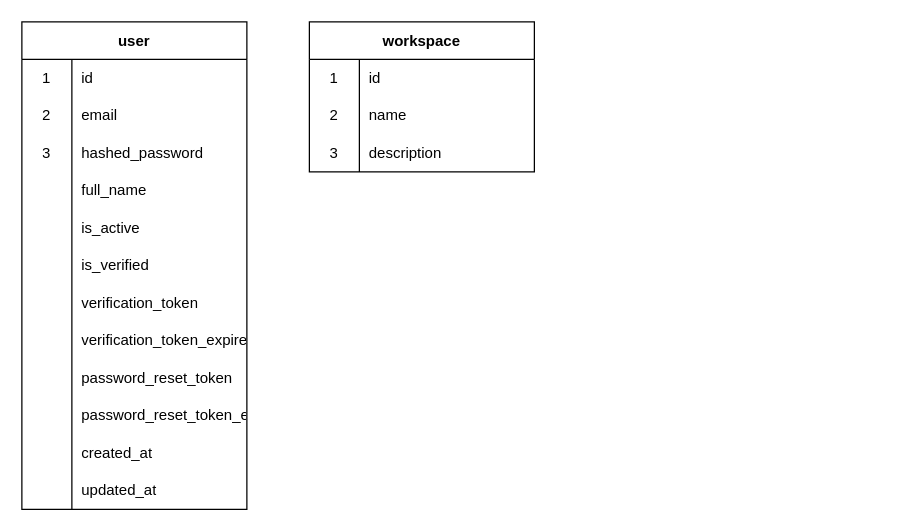
This is project.drawio from danirisdiandita/Open-Brain, a draw.io file, before an edit. Source tidied: cells renumbered, new cells numbered last; positions are measured from the earlier drawing's top-left corner, leaving out a move shared by most shapes. Both pictures are drawn from the tidied source at 125%, with x=0, y=0 at pixel (21, 21).
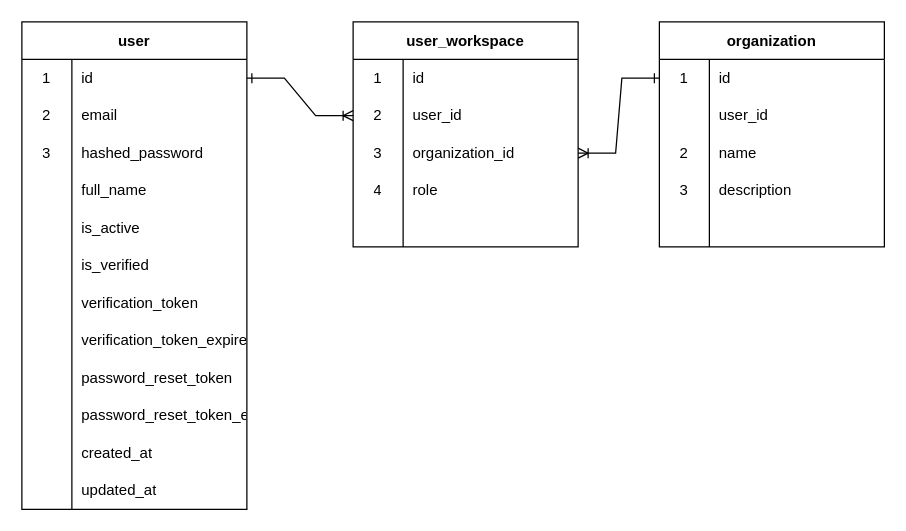
The same diagram, later.

Unchanged cells that the change refers to:
```xml
<mxCell id="3" style="shape=tableRow;horizontal=0;startSize=0;swimlaneHead=0;swimlaneBody=0;top=0;left=0;bottom=0;right=0;fillColor=none;points=[[0,0.5],[1,0.5]];portConstraint=eastwest;" parent="2" vertex="1">
  <mxGeometry y="30" width="180" height="30" as="geometry" />
</mxCell>
<mxCell id="40" style="shape=tableRow;horizontal=0;startSize=0;swimlaneHead=0;swimlaneBody=0;top=0;left=0;bottom=0;right=0;fillColor=none;points=[[0,0.5],[1,0.5]];portConstraint=eastwest;" parent="39" vertex="1">
  <mxGeometry y="30" width="180" height="30" as="geometry" />
</mxCell>
```

Change to the diagram source:
```diff
@@
-    <mxCell id="39" value="workspace" style="shape=table;startSize=30;childLayout=tableLayout;rowLines=0;fontStyle=1;" parent="1" vertex="1">
-      <mxGeometry x="230" width="180" height="120" as="geometry" />
+    <mxCell id="39" value="organization" style="shape=table;startSize=30;childLayout=tableLayout;rowLines=0;fontStyle=1;" parent="1" vertex="1">
+      <mxGeometry x="510" width="180" height="180" as="geometry" />
     </mxCell>
@@
+    <mxCell id="49" style="shape=tableRow;horizontal=0;startSize=0;swimlaneHead=0;swimlaneBody=0;top=0;left=0;bottom=0;right=0;fillColor=none;" parent="39" vertex="1">
+      <mxGeometry y="60" width="180" height="30" as="geometry" />
+    </mxCell>
+    <mxCell id="50" style="shape=partialRectangle;html=1;whiteSpace=wrap;fillColor=none;top=0;left=0;bottom=0;right=0;overflow=hidden;" parent="49" vertex="1">
+      <mxGeometry width="40" height="30" as="geometry" />
+    </mxCell>
+    <mxCell id="51" value="user_id" style="shape=partialRectangle;html=1;whiteSpace=wrap;fillColor=none;top=0;left=0;bottom=0;right=0;align=left;spacingLeft=6;overflow=hidden;" parent="49" vertex="1">
+      <mxGeometry x="40" width="140" height="30" as="geometry" />
+    </mxCell>
     <mxCell id="43" style="shape=tableRow;horizontal=0;startSize=0;swimlaneHead=0;swimlaneBody=0;top=0;left=0;bottom=0;right=0;fillColor=none;" parent="39" vertex="1">
-      <mxGeometry y="60" width="180" height="30" as="geometry" />
+      <mxGeometry y="90" width="180" height="30" as="geometry" />
     </mxCell>
@@
     <mxCell id="46" style="shape=tableRow;horizontal=0;startSize=0;swimlaneHead=0;swimlaneBody=0;top=0;left=0;bottom=0;right=0;fillColor=none;" parent="39" vertex="1">
-      <mxGeometry y="90" width="180" height="30" as="geometry" />
+      <mxGeometry y="120" width="180" height="30" as="geometry" />
     </mxCell>
@@
+    <mxCell id="52" style="shape=tableRow;horizontal=0;startSize=0;swimlaneHead=0;swimlaneBody=0;top=0;left=0;bottom=0;right=0;fillColor=none;" parent="39" vertex="1">
+      <mxGeometry y="150" width="180" height="30" as="geometry" />
+    </mxCell>
+    <mxCell id="53" style="shape=partialRectangle;html=1;whiteSpace=wrap;fillColor=none;top=0;left=0;bottom=0;right=0;overflow=hidden;" parent="52" vertex="1">
+      <mxGeometry width="40" height="30" as="geometry" />
+    </mxCell>
+    <mxCell id="54" style="shape=partialRectangle;html=1;whiteSpace=wrap;fillColor=none;top=0;left=0;bottom=0;right=0;align=left;spacingLeft=6;overflow=hidden;" parent="52" vertex="1">
+      <mxGeometry x="40" width="140" height="30" as="geometry" />
+    </mxCell>
+    <mxCell id="55" value="user_workspace" style="shape=table;startSize=30;childLayout=tableLayout;rowLines=0;fontStyle=1;" parent="1" vertex="1">
+      <mxGeometry x="265" width="180" height="180" as="geometry" />
+    </mxCell>
+    <mxCell id="56" style="shape=tableRow;horizontal=0;startSize=0;swimlaneHead=0;swimlaneBody=0;top=0;left=0;bottom=0;right=0;fillColor=none;" parent="55" vertex="1">
+      <mxGeometry y="30" width="180" height="30" as="geometry" />
+    </mxCell>
+    <mxCell id="57" value="1" style="shape=partialRectangle;html=1;whiteSpace=wrap;fillColor=none;top=0;left=0;bottom=0;right=0;overflow=hidden;" parent="56" vertex="1">
+      <mxGeometry width="40" height="30" as="geometry" />
+    </mxCell>
+    <mxCell id="58" value="id" style="shape=partialRectangle;html=1;whiteSpace=wrap;fillColor=none;top=0;left=0;bottom=0;right=0;align=left;spacingLeft=6;overflow=hidden;" parent="56" vertex="1">
+      <mxGeometry x="40" width="140" height="30" as="geometry" />
+    </mxCell>
+    <mxCell id="59" style="shape=tableRow;horizontal=0;startSize=0;swimlaneHead=0;swimlaneBody=0;top=0;left=0;bottom=0;right=0;fillColor=none;points=[[0,0.5],[1,0.5]];portConstraint=eastwest;" parent="55" vertex="1">
+      <mxGeometry y="60" width="180" height="30" as="geometry" />
+    </mxCell>
+    <mxCell id="60" value="2" style="shape=partialRectangle;html=1;whiteSpace=wrap;fillColor=none;top=0;left=0;bottom=0;right=0;overflow=hidden;" parent="59" vertex="1">
+      <mxGeometry width="40" height="30" as="geometry" />
+    </mxCell>
+    <mxCell id="61" value="user_id" style="shape=partialRectangle;html=1;whiteSpace=wrap;fillColor=none;top=0;left=0;bottom=0;right=0;align=left;spacingLeft=6;overflow=hidden;" parent="59" vertex="1">
+      <mxGeometry x="40" width="140" height="30" as="geometry" />
+    </mxCell>
+    <mxCell id="62" style="shape=tableRow;horizontal=0;startSize=0;swimlaneHead=0;swimlaneBody=0;top=0;left=0;bottom=0;right=0;fillColor=none;points=[[0,0.5],[1,0.5]];portConstraint=eastwest;" parent="55" vertex="1">
+      <mxGeometry y="90" width="180" height="30" as="geometry" />
+    </mxCell>
+    <mxCell id="63" value="3" style="shape=partialRectangle;html=1;whiteSpace=wrap;fillColor=none;top=0;left=0;bottom=0;right=0;overflow=hidden;" parent="62" vertex="1">
+      <mxGeometry width="40" height="30" as="geometry" />
+    </mxCell>
+    <mxCell id="64" value="organization_id" style="shape=partialRectangle;html=1;whiteSpace=wrap;fillColor=none;top=0;left=0;bottom=0;right=0;align=left;spacingLeft=6;overflow=hidden;" parent="62" vertex="1">
+      <mxGeometry x="40" width="140" height="30" as="geometry" />
+    </mxCell>
+    <mxCell id="65" style="shape=tableRow;horizontal=0;startSize=0;swimlaneHead=0;swimlaneBody=0;top=0;left=0;bottom=0;right=0;fillColor=none;" parent="55" vertex="1">
+      <mxGeometry y="120" width="180" height="30" as="geometry" />
+    </mxCell>
+    <mxCell id="66" value="4" style="shape=partialRectangle;html=1;whiteSpace=wrap;fillColor=none;top=0;left=0;bottom=0;right=0;overflow=hidden;" parent="65" vertex="1">
+      <mxGeometry width="40" height="30" as="geometry" />
+    </mxCell>
+    <mxCell id="67" value="role" style="shape=partialRectangle;html=1;whiteSpace=wrap;fillColor=none;top=0;left=0;bottom=0;right=0;align=left;spacingLeft=6;overflow=hidden;" parent="65" vertex="1">
+      <mxGeometry x="40" width="140" height="30" as="geometry" />
+    </mxCell>
+    <mxCell id="68" style="shape=tableRow;horizontal=0;startSize=0;swimlaneHead=0;swimlaneBody=0;top=0;left=0;bottom=0;right=0;fillColor=none;" parent="55" vertex="1">
+      <mxGeometry y="150" width="180" height="30" as="geometry" />
+    </mxCell>
+    <mxCell id="69" style="shape=partialRectangle;html=1;whiteSpace=wrap;fillColor=none;top=0;left=0;bottom=0;right=0;overflow=hidden;" parent="68" vertex="1">
+      <mxGeometry width="40" height="30" as="geometry" />
+    </mxCell>
+    <mxCell id="70" style="shape=partialRectangle;html=1;whiteSpace=wrap;fillColor=none;top=0;left=0;bottom=0;right=0;align=left;spacingLeft=6;overflow=hidden;" parent="68" vertex="1">
+      <mxGeometry x="40" width="140" height="30" as="geometry" />
+    </mxCell>
+    <mxCell id="71" style="edgeStyle=entityRelationEdgeStyle;rounded=0;html=1;exitX=1;exitY=0.5;exitDx=0;exitDy=0;entryX=0;entryY=0.5;entryDx=0;entryDy=0;startArrow=ERone;startFill=0;endArrow=ERoneToMany;endFill=0;" parent="1" edge="1" source="3" target="59">
+      <mxGeometry relative="1" as="geometry" />
+    </mxCell>
+    <mxCell id="72" style="edgeStyle=entityRelationEdgeStyle;rounded=0;html=1;exitX=0;exitY=0.5;exitDx=0;exitDy=0;entryX=1;entryY=0.5;entryDx=0;entryDy=0;startArrow=ERone;startFill=0;endArrow=ERoneToMany;endFill=0;" parent="1" edge="1" source="40" target="62">
+      <mxGeometry relative="1" as="geometry" />
+    </mxCell>
```
